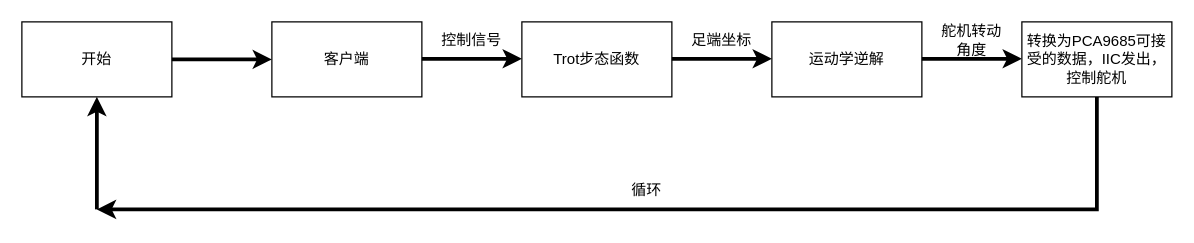
The draw.io diagram 主程序架构.drawio in KAZAMA-DREAM/picture, before the edit. Source tidied: cells renumbered, new cells numbered last; positions are measured from the earlier drawing's top-left corner, leaving out a move shared by most shapes. Both pictures are drawn from the tidied source at 125%, with x=0, y=0 at pixel (21, 21).
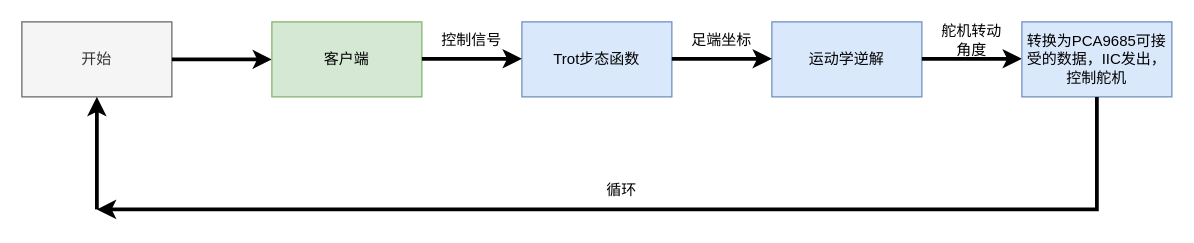
After the change.

Commit message (it also covers changes not shown here):
更新主程序架构.drawio

Change to the diagram source:
```diff
@@
-    <mxCell id="2" value="开始" style="rounded=0;whiteSpace=wrap;html=1;" parent="1" vertex="1">
+    <mxCell id="2" value="开始" style="rounded=0;whiteSpace=wrap;html=1;fillColor=#f5f5f5;fontColor=#333333;strokeColor=#666666;" parent="1" vertex="1">
       <mxGeometry width="120" height="60" as="geometry" />
     </mxCell>
@@
-    <mxCell id="4" value="客户端" style="rounded=0;whiteSpace=wrap;html=1;" parent="1" vertex="1">
+    <mxCell id="4" value="客户端" style="rounded=0;whiteSpace=wrap;html=1;fillColor=#d5e8d4;strokeColor=#82b366;" parent="1" vertex="1">
       <mxGeometry x="200" width="120" height="60" as="geometry" />
     </mxCell>
-    <mxCell id="5" value="Trot步态函数" style="rounded=0;whiteSpace=wrap;html=1;" parent="1" vertex="1">
+    <mxCell id="5" value="Trot步态函数" style="rounded=0;whiteSpace=wrap;html=1;fillColor=#dae8fc;strokeColor=#6c8ebf;" parent="1" vertex="1">
       <mxGeometry x="400" width="120" height="60" as="geometry" />
     </mxCell>
@@
-    <mxCell id="7" value="运动学逆解" style="rounded=0;whiteSpace=wrap;html=1;" parent="1" vertex="1">
+    <mxCell id="7" value="运动学逆解" style="rounded=0;whiteSpace=wrap;html=1;fillColor=#dae8fc;strokeColor=#6c8ebf;" parent="1" vertex="1">
       <mxGeometry x="600" width="120" height="60" as="geometry" />
     </mxCell>
@@
-    <mxCell id="10" value="转换为PCA9685可接受的数据，IIC发出，控制舵机" style="rounded=0;whiteSpace=wrap;html=1;" parent="1" vertex="1">
+    <mxCell id="10" value="转换为PCA9685可接受的数据，IIC发出，控制舵机" style="rounded=0;whiteSpace=wrap;html=1;fillColor=#dae8fc;strokeColor=#6c8ebf;" parent="1" vertex="1">
       <mxGeometry x="800" width="120" height="60" as="geometry" />
     </mxCell>
@@
     <mxCell id="16" value="循环" style="text;html=1;strokeColor=none;fillColor=none;align=center;verticalAlign=middle;whiteSpace=wrap;rounded=0;" parent="1" vertex="1">
-      <mxGeometry x="470" y="120" width="60" height="30" as="geometry" />
+      <mxGeometry x="450" y="120" width="60" height="30" as="geometry" />
     </mxCell>
```
